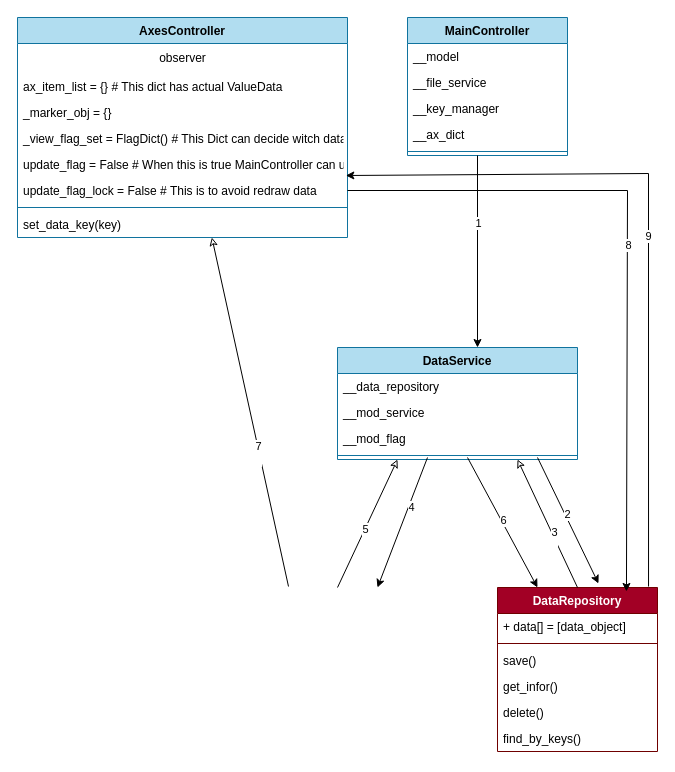
Above: page "data flow" (2 of 11) of ScanDataPy/UML_SCANDATA.drawio in lunelukkio/ScanDataPy (draw.io), before the change. Source tidied: cells renumbered, new cells numbered last; positions are measured from the earlier drawing's top-left corner, leaving out a move shared by most shapes. Both pictures are drawn from the tidied source at 100%, with x=0, y=0 at pixel (17, 17).
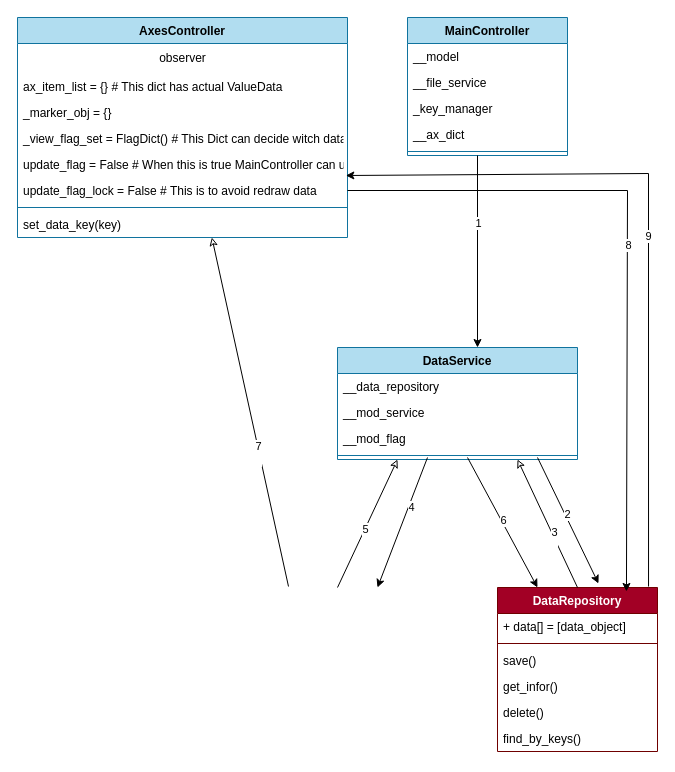
After the change.

Commit message (it also covers changes not shown here):
__key_manager

Unchanged cells that the change refers to:
```xml
<mxCell id="16" value="MainController" style="swimlane;fontStyle=1;align=center;verticalAlign=top;horizontal=1;startSize=26;fillColor=#b1ddf0;strokeColor=#10739e;" parent="1" vertex="1">
  <mxGeometry x="390" width="160" height="138" as="geometry" />
</mxCell>
```

What changed in the source:
```diff
@@
-    <mxCell id="19" value="__key_manager" style="text;strokeColor=none;fillColor=none;align=left;verticalAlign=top;spacingLeft=4;spacingRight=4;overflow=hidden;" parent="16" vertex="1">
+    <mxCell id="19" value="_key_manager" style="text;strokeColor=none;fillColor=none;align=left;verticalAlign=top;spacingLeft=4;spacingRight=4;overflow=hidden;" parent="16" vertex="1">
       <mxGeometry y="78" width="160" height="26" as="geometry" />
     </mxCell>
```
